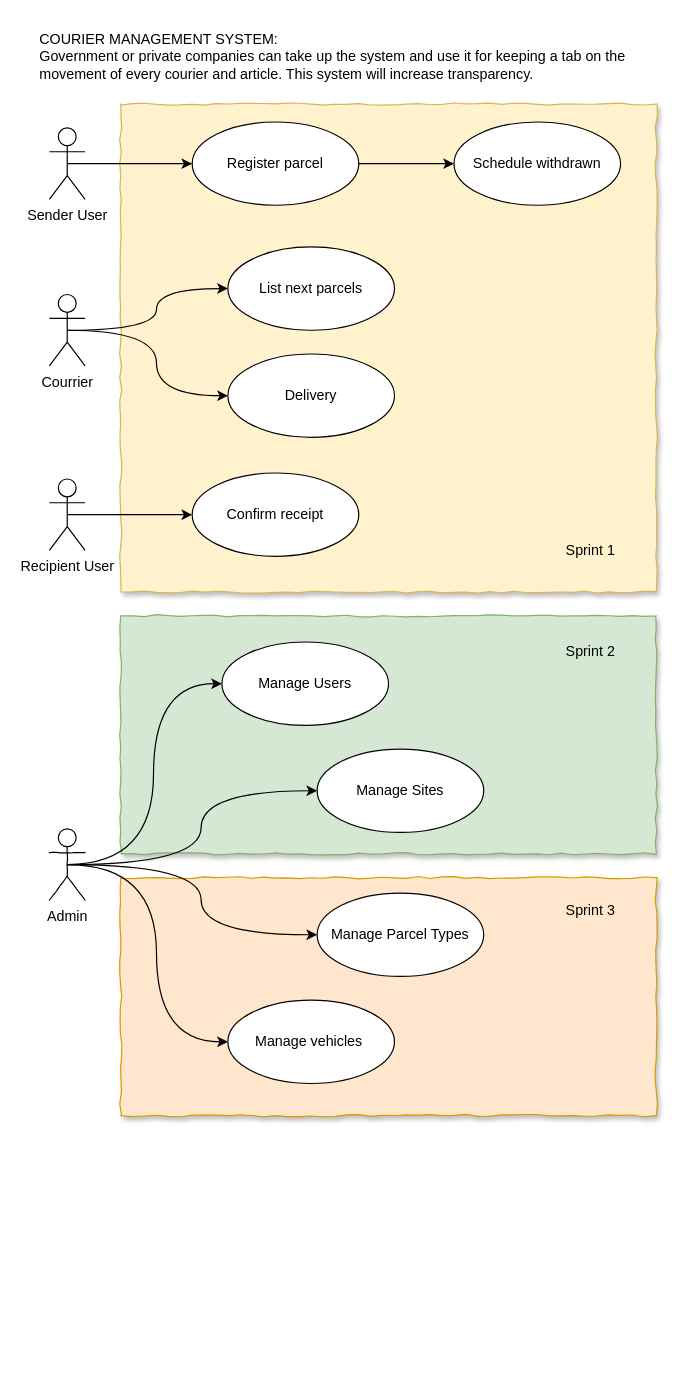
This is page "Use cases" (1 of 3) of docs/HI-parcel-UML.drawio from akctba/hiparcel, a draw.io file, before an edit. Source tidied: cells renumbered, new cells numbered last; positions are measured from the earlier drawing's top-left corner, leaving out a move shared by most shapes. Both pictures are drawn from the tidied source at 119%, with x=0, y=0 at pixel (37, 20).
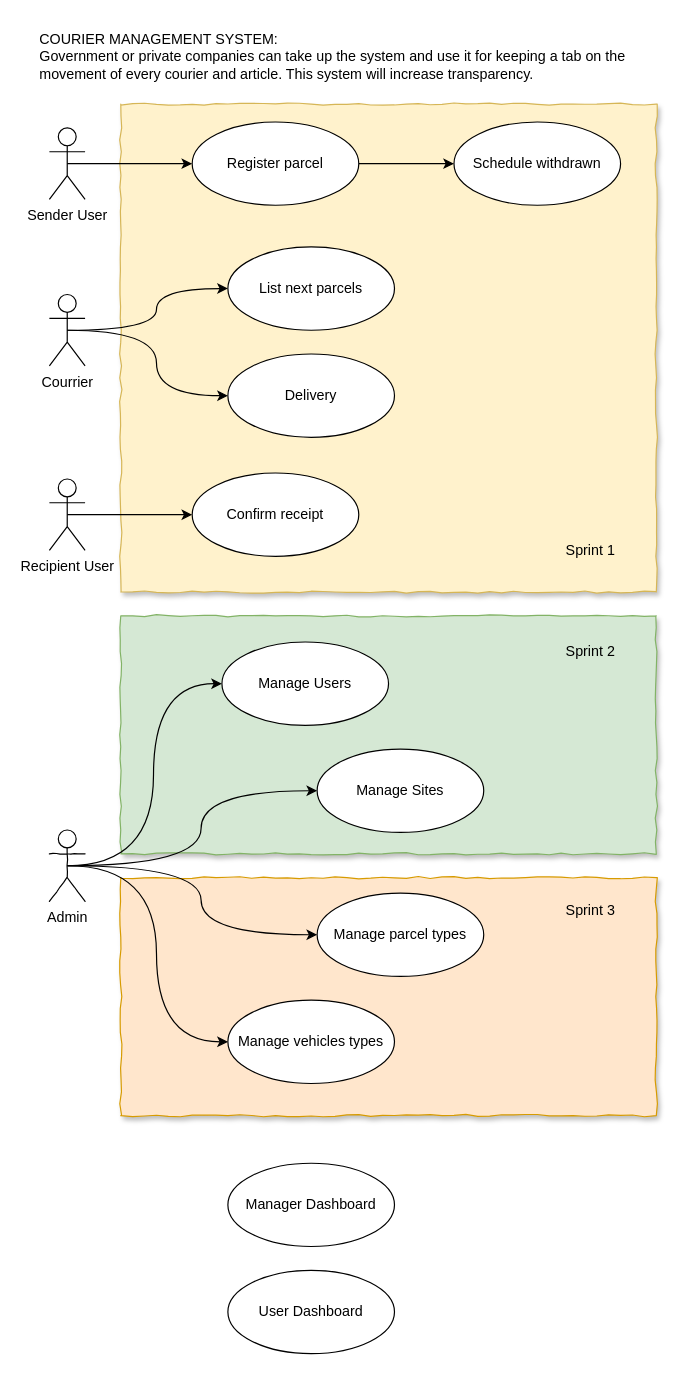
The same diagram, later.

Commit message:
initial class diagram

Change to the diagram source:
```diff
@@
     <mxCell id="24" value="Admin" style="shape=umlActor;verticalLabelPosition=bottom;labelBackgroundColor=#ffffff;verticalAlign=top;html=1;rounded=0;shadow=0;glass=0;comic=1;" parent="1" vertex="1">
-      <mxGeometry x="10" y="679" width="30" height="60" as="geometry" />
+      <mxGeometry x="10" y="680" width="30" height="60" as="geometry" />
     </mxCell>
@@
-    <mxCell id="27" value="Manage Parcel Types" style="ellipse;whiteSpace=wrap;html=1;rounded=0;shadow=0;glass=0;comic=1;" parent="1" vertex="1">
+    <mxCell id="27" value="Manage parcel types" style="ellipse;whiteSpace=wrap;html=1;rounded=0;shadow=0;glass=0;comic=1;" parent="1" vertex="1">
       <mxGeometry x="235" y="733" width="140" height="70" as="geometry" />
     </mxCell>
-    <mxCell id="28" value="Manage vehicles&amp;nbsp;" style="ellipse;whiteSpace=wrap;html=1;rounded=0;shadow=0;glass=0;comic=1;" parent="1" vertex="1">
+    <mxCell id="28" value="Manage vehicles types" style="ellipse;whiteSpace=wrap;html=1;rounded=0;shadow=0;glass=0;comic=1;" parent="1" vertex="1">
       <mxGeometry x="160" y="823" width="140" height="70" as="geometry" />
     </mxCell>
@@
+    <mxCell id="31" value="Manager Dashboard" style="ellipse;whiteSpace=wrap;html=1;rounded=0;shadow=0;glass=0;comic=1;" parent="1" vertex="1">
+      <mxGeometry x="160" y="960" width="140" height="70" as="geometry" />
+    </mxCell>
+    <mxCell id="32" value="User Dashboard" style="ellipse;whiteSpace=wrap;html=1;rounded=0;shadow=0;glass=0;comic=1;" parent="1" vertex="1">
+      <mxGeometry x="160" y="1050" width="140" height="70" as="geometry" />
+    </mxCell>
```
